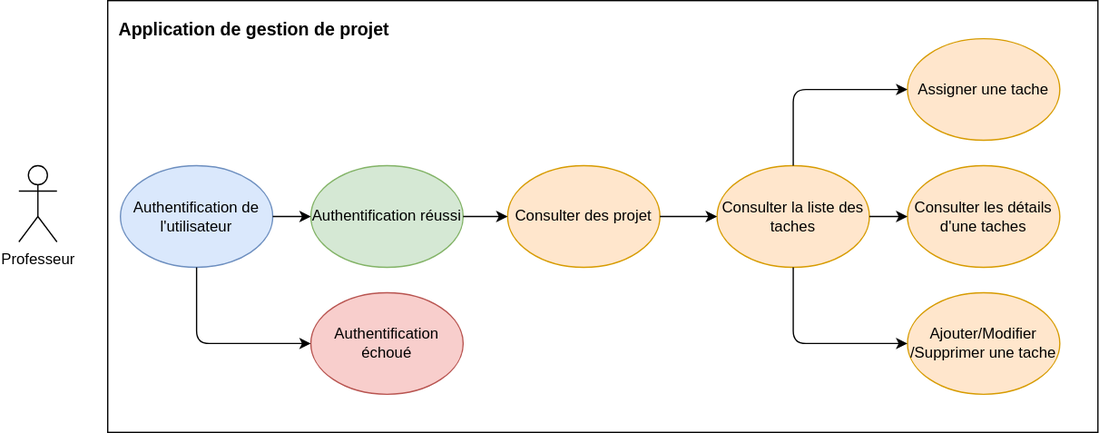
This is DCU/DCU_Professeur.svg from EducaOps/EducaOps, a draw.io export, as it was before one commit. Source tidied: cells renumbered, new cells last; positions are measured from the earlier drawing's top-left corner, leaving out a move shared by most shapes.
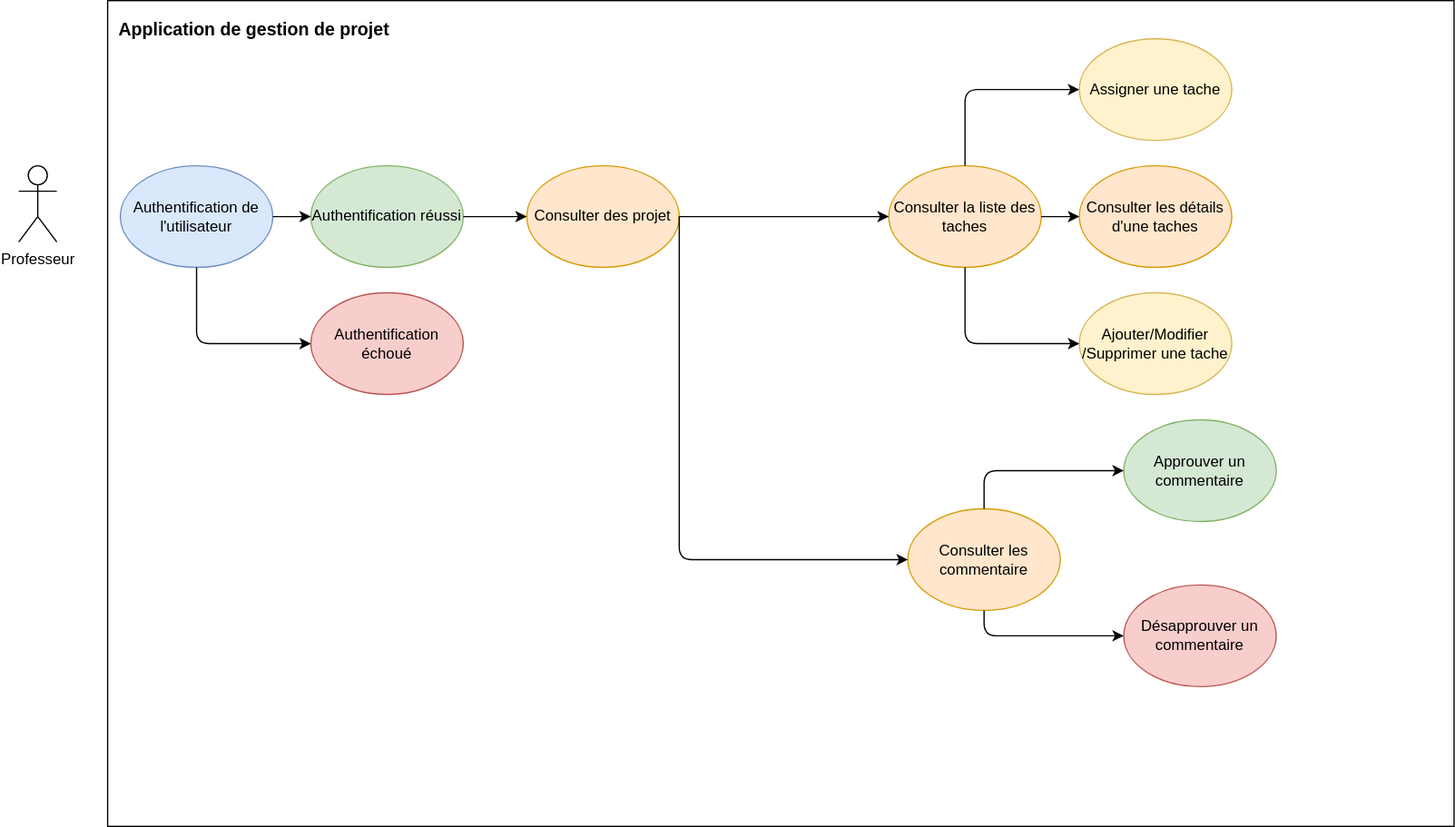
The same diagram one commit later.

What changed in the source:
```diff
@@ -6,22 +6,22 @@
       <mxGeometry y="130" width="30" height="60" as="geometry" />
     </mxCell>
     <mxCell id="3" style="rounded=0;whiteSpace=wrap;html=1;align=left;" parent="1" vertex="1">
-      <mxGeometry x="70" width="780" height="340" as="geometry" />
+      <mxGeometry x="70" width="1060" height="650" as="geometry" />
     </mxCell>
     <mxCell id="4" value="Consulter des projet" style="ellipse;whiteSpace=wrap;html=1;fillColor=#ffe6cc;strokeColor=#d79b00;" parent="1" vertex="1">
-      <mxGeometry x="385" y="130" width="120" height="80" as="geometry" />
+      <mxGeometry x="400" y="130" width="120" height="80" as="geometry" />
     </mxCell>
     <mxCell id="5" value="&lt;font style=&quot;font-size: 14px&quot;&gt;Application de gestion de projet&lt;/font&gt;" style="text;strokeColor=none;fillColor=none;html=1;fontSize=24;fontStyle=1;verticalAlign=middle;align=center;" parent="1" vertex="1">
       <mxGeometry x="70" width="230" height="40" as="geometry" />
     </mxCell>
     <mxCell id="6" value="Consulter la liste des taches" style="ellipse;whiteSpace=wrap;html=1;fillColor=#ffe6cc;strokeColor=#d79b00;" parent="1" vertex="1">
-      <mxGeometry x="550" y="130" width="120" height="80" as="geometry" />
+      <mxGeometry x="685" y="130" width="120" height="80" as="geometry" />
     </mxCell>
     <mxCell id="7" value="Consulter les détails d'une taches" style="ellipse;whiteSpace=wrap;html=1;fillColor=#ffe6cc;strokeColor=#d79b00;" parent="1" vertex="1">
-      <mxGeometry x="700" y="130" width="120" height="80" as="geometry" />
+      <mxGeometry x="835" y="130" width="120" height="80" as="geometry" />
     </mxCell>
-    <mxCell id="8" value="Ajouter/Modifier&lt;br&gt;/Supprimer une tache" style="ellipse;whiteSpace=wrap;html=1;fillColor=#ffe6cc;strokeColor=#d79b00;" parent="1" vertex="1">
-      <mxGeometry x="700" y="230" width="120" height="80" as="geometry" />
+    <mxCell id="8" value="Ajouter/Modifier&lt;br&gt;/Supprimer une tache" style="ellipse;whiteSpace=wrap;html=1;fillColor=#fff2cc;strokeColor=#d6b656;" parent="1" vertex="1">
+      <mxGeometry x="835" y="230" width="120" height="80" as="geometry" />
     </mxCell>
     <mxCell id="9" style="endArrow=classic;html=1;exitX=1;exitY=0.5;exitDx=0;exitDy=0;entryX=0;entryY=0.5;entryDx=0;entryDy=0;" parent="1" edge="1" source="4" target="6">
       <mxGeometry relative="1" as="geometry" />
@@ -32,6 +32,7 @@
     <mxCell id="11" style="edgeStyle=elbowEdgeStyle;elbow=vertical;endArrow=classic;html=1;entryX=0;entryY=0.5;entryDx=0;entryDy=0;exitX=0.5;exitY=1;exitDx=0;exitDy=0;" parent="1" edge="1" source="6" target="8">
       <mxGeometry relative="1" as="geometry">
         <Array as="points">
+          <mxPoint x="740" y="270" />
           <mxPoint x="660" y="270" />
         </Array>
       </mxGeometry>
@@ -42,10 +43,8 @@
     <mxCell id="13" value="Authentification réussi" style="ellipse;whiteSpace=wrap;html=1;fillColor=#d5e8d4;strokeColor=#82b366;" parent="1" vertex="1">
       <mxGeometry x="230" y="130" width="120" height="80" as="geometry" />
     </mxCell>
-    <mxCell id="14" style="endArrow=classic;html=1;exitX=1;exitY=0.5;exitDx=0;exitDy=0;" parent="1" edge="1" source="12">
-      <mxGeometry relative="1" as="geometry">
-        <mxPoint x="230" y="170" as="targetPoint" />
-      </mxGeometry>
+    <mxCell id="14" style="endArrow=classic;html=1;exitX=1;exitY=0.5;exitDx=0;exitDy=0;entryX=0;entryY=0.5;entryDx=0;entryDy=0;" parent="1" edge="1" source="12" target="13">
+      <mxGeometry relative="1" as="geometry" />
     </mxCell>
     <mxCell id="15" style="endArrow=classic;html=1;exitX=1;exitY=0.5;exitDx=0;exitDy=0;entryX=0;entryY=0.5;entryDx=0;entryDy=0;" parent="1" edge="1" source="13" target="4">
       <mxGeometry relative="1" as="geometry" />
@@ -60,15 +59,48 @@
         </Array>
       </mxGeometry>
     </mxCell>
-    <mxCell id="18" value="Assigner une tache" style="ellipse;whiteSpace=wrap;html=1;fillColor=#ffe6cc;strokeColor=#d79b00;" parent="1" vertex="1">
-      <mxGeometry x="700" y="30" width="120" height="80" as="geometry" />
+    <mxCell id="18" value="Assigner une tache" style="ellipse;whiteSpace=wrap;html=1;fillColor=#fff2cc;strokeColor=#d6b656;" parent="1" vertex="1">
+      <mxGeometry x="835" y="30" width="120" height="80" as="geometry" />
     </mxCell>
     <mxCell id="19" style="edgeStyle=elbowEdgeStyle;elbow=vertical;endArrow=classic;html=1;entryX=0;entryY=0.5;entryDx=0;entryDy=0;exitX=0.5;exitY=0;exitDx=0;exitDy=0;" parent="1" edge="1" source="6" target="18">
       <mxGeometry relative="1" as="geometry">
         <Array as="points">
-          <mxPoint x="660" y="70" />
+          <mxPoint x="745" y="70" />
+          <mxPoint x="680" y="90" />
         </Array>
       </mxGeometry>
     </mxCell>
+    <mxCell id="20" value="Consulter les commentaire" style="ellipse;whiteSpace=wrap;html=1;fillColor=#ffe6cc;strokeColor=#d79b00;" parent="1" vertex="1">
+      <mxGeometry x="700" y="400" width="120" height="80" as="geometry" />
+    </mxCell>
+    <mxCell id="21" value="Approuver un commentaire" style="ellipse;whiteSpace=wrap;html=1;fillColor=#d5e8d4;strokeColor=#82b366;" parent="1" vertex="1">
+      <mxGeometry x="870" y="330" width="120" height="80" as="geometry" />
+    </mxCell>
+    <mxCell id="22" value="Désapprouver un commentaire" style="ellipse;whiteSpace=wrap;html=1;fillColor=#f8cecc;strokeColor=#b85450;" parent="1" vertex="1">
+      <mxGeometry x="870" y="460" width="120" height="80" as="geometry" />
+    </mxCell>
+    <mxCell id="23" style="edgeStyle=elbowEdgeStyle;elbow=vertical;endArrow=classic;html=1;entryX=0;entryY=0.5;entryDx=0;entryDy=0;exitX=1;exitY=0.5;exitDx=0;exitDy=0;" parent="1" edge="1" source="4" target="20">
+      <mxGeometry relative="1" as="geometry">
+        <Array as="points">
+          <mxPoint x="600" y="440" />
+          <mxPoint x="440" y="400" />
+          <mxPoint x="355" y="290" />
+        </Array>
+      </mxGeometry>
+    </mxCell>
+    <mxCell id="24" style="edgeStyle=elbowEdgeStyle;elbow=vertical;endArrow=classic;html=1;entryX=0;entryY=0.5;entryDx=0;entryDy=0;exitX=0.5;exitY=1;exitDx=0;exitDy=0;" parent="1" edge="1" source="20" target="22">
+      <mxGeometry relative="1" as="geometry">
+        <Array as="points">
+          <mxPoint x="770" y="500" />
+        </Array>
+      </mxGeometry>
+    </mxCell>
+    <mxCell id="25" style="edgeStyle=elbowEdgeStyle;elbow=vertical;endArrow=classic;html=1;entryX=0;entryY=0.5;entryDx=0;entryDy=0;exitX=0.5;exitY=0;exitDx=0;exitDy=0;" parent="1" edge="1" source="20" target="21">
+      <mxGeometry relative="1" as="geometry">
+        <Array as="points">
+          <mxPoint x="740" y="370" />
+        </Array>
+      </mxGeometry>
+    </mxCell>
   </root>
 </mxGraphModel>
```
